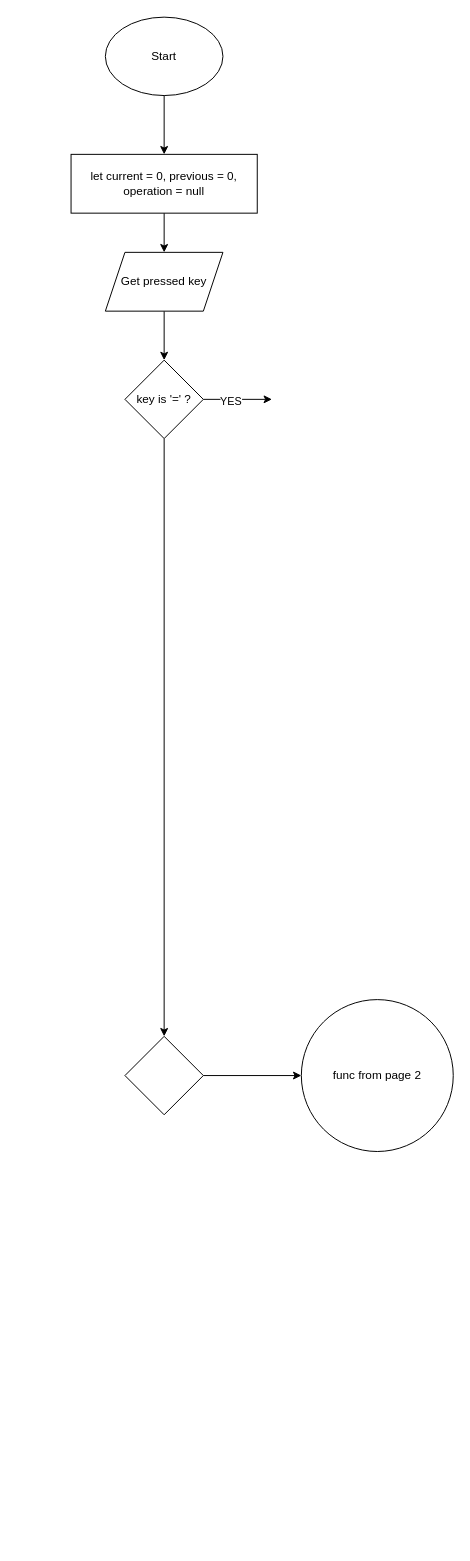
2042074-Brunel-University-London/NC1600_CB keeps this draw.io diagram as page "Calculator" (1 of 9) of Calculator/chart.drawio. Above is the earlier version. Source tidied: cells renumbered, new cells numbered last; positions are measured from the earlier drawing's top-left corner, leaving out a move shared by most shapes. Both pictures are drawn from the tidied source at 98%, with x=0, y=0 at pixel (71, 17).
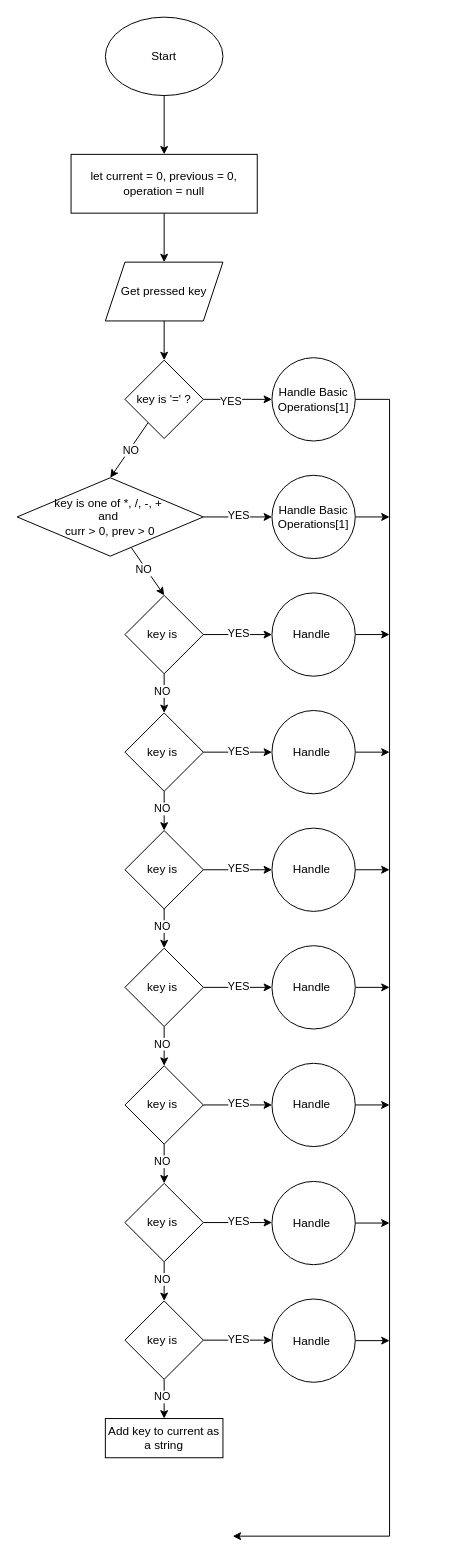
Above is the later version.

The change refers to these unchanged cells:
```xml
<mxCell id="11" value="key is '=' ?" style="rhombus;whiteSpace=wrap;html=1;" parent="1" vertex="1">
  <mxGeometry x="55" y="350" width="80" height="80" as="geometry" />
</mxCell>
```

What changed in the source:
```diff
@@
     <mxCell id="7" value="Get pressed key" style="shape=parallelogram;perimeter=parallelogramPerimeter;whiteSpace=wrap;html=1;fixedSize=1;" parent="1" vertex="1">
-      <mxGeometry x="35" y="240" width="120" height="60" as="geometry" />
+      <mxGeometry x="35" y="250" width="120" height="60" as="geometry" />
     </mxCell>
@@
-    <mxCell id="10" style="edgeStyle=none;rounded=0;jettySize=auto;html=1;" parent="1" edge="1" source="11">
-      <mxGeometry relative="1" as="geometry">
-        <mxPoint x="95" y="1040" as="targetPoint" />
-      </mxGeometry>
-    </mxCell>
+    <mxCell id="15" style="edgeStyle=none;rounded=0;jettySize=auto;html=1;entryX=0.5;entryY=0;entryDx=0;entryDy=0;" parent="1" edge="1" source="11" target="13">
+      <mxGeometry relative="1" as="geometry" />
+    </mxCell>
+    <mxCell id="16" value="NO" style="edgeLabel;html=1;align=center;verticalAlign=middle;" parent="15" vertex="1">
+      <mxGeometry x="-0.05" y="3" relative="1" as="geometry">
+        <mxPoint x="-3" as="offset" />
+      </mxGeometry>
+    </mxCell>
@@
-    <mxCell id="12" style="edgeStyle=none;rounded=0;jettySize=auto;html=1;" parent="1" edge="1" source="13">
-      <mxGeometry relative="1" as="geometry">
-        <mxPoint x="235" y="1080" as="targetPoint" />
-      </mxGeometry>
-    </mxCell>
+    <mxCell id="17" style="edgeStyle=none;rounded=0;jettySize=auto;html=1;" parent="1" edge="1" source="18">
+      <mxGeometry relative="1" as="geometry">
+        <mxPoint x="165" y="1550" as="targetPoint" />
+        <Array as="points">
+          <mxPoint x="325" y="390" />
+          <mxPoint x="325" y="1550" />
+        </Array>
+      </mxGeometry>
+    </mxCell>
+    <mxCell id="18" value="Handle Basic Operations[1]" style="ellipse;whiteSpace=wrap;html=1;" parent="1" vertex="1">
+      <mxGeometry x="205" y="347.5" width="85" height="85" as="geometry" />
+    </mxCell>
+    <mxCell id="19" style="edgeStyle=none;rounded=0;jettySize=auto;html=1;" parent="1" edge="1" source="13">
+      <mxGeometry relative="1" as="geometry">
+        <mxPoint x="205" y="510" as="targetPoint" />
+      </mxGeometry>
+    </mxCell>
+    <mxCell id="20" value="YES" style="edgeLabel;html=1;align=center;verticalAlign=middle;" parent="19" vertex="1">
+      <mxGeometry y="2" relative="1" as="geometry" />
+    </mxCell>
+    <mxCell id="21" style="edgeStyle=none;rounded=0;jettySize=auto;html=1;" parent="1" edge="1" source="13">
+      <mxGeometry relative="1" as="geometry">
+        <mxPoint x="95" y="590" as="targetPoint" />
+      </mxGeometry>
+    </mxCell>
+    <mxCell id="22" value="NO" style="edgeLabel;html=1;align=center;verticalAlign=middle;" parent="21" vertex="1">
+      <mxGeometry x="-0.15" y="-3" relative="1" as="geometry" />
+    </mxCell>
-    <mxCell id="13" style="rhombus;whiteSpace=wrap;html=1;" parent="1" vertex="1">
-      <mxGeometry x="55" y="1040" width="80" height="80" as="geometry" />
+    <mxCell id="13" value="key is one of&amp;nbsp;*, /, -, +&amp;nbsp;&lt;br&gt;and&amp;nbsp;&lt;br&gt;curr &amp;gt; 0, prev &amp;gt; 0" style="rhombus;whiteSpace=wrap;html=1;" parent="1" vertex="1">
+      <mxGeometry x="-55" y="470" width="190" height="80" as="geometry" />
     </mxCell>
-    <mxCell id="14" value="func from page 2" style="ellipse;whiteSpace=wrap;html=1;" parent="1" vertex="1">
-      <mxGeometry x="235" y="1002.5" width="155" height="155" as="geometry" />
-    </mxCell>
+    <mxCell id="23" style="edgeStyle=none;rounded=0;jettySize=auto;html=1;" parent="1" edge="1" source="27">
+      <mxGeometry relative="1" as="geometry">
+        <mxPoint x="205" y="630" as="targetPoint" />
+      </mxGeometry>
+    </mxCell>
+    <mxCell id="24" value="YES" style="edgeLabel;html=1;align=center;verticalAlign=middle;" parent="23" vertex="1">
+      <mxGeometry y="2" relative="1" as="geometry" />
+    </mxCell>
+    <mxCell id="25" style="edgeStyle=none;rounded=0;jettySize=auto;html=1;" parent="1" edge="1" source="27">
+      <mxGeometry relative="1" as="geometry">
+        <mxPoint x="95" y="710" as="targetPoint" />
+      </mxGeometry>
+    </mxCell>
+    <mxCell id="26" value="NO" style="edgeLabel;html=1;align=center;verticalAlign=middle;" parent="25" vertex="1">
+      <mxGeometry x="-0.15" y="-3" relative="1" as="geometry" />
+    </mxCell>
+    <mxCell id="27" value="key is&amp;nbsp;" style="rhombus;whiteSpace=wrap;html=1;" parent="1" vertex="1">
+      <mxGeometry x="55" y="590" width="80" height="80" as="geometry" />
+    </mxCell>
+    <mxCell id="28" style="edgeStyle=none;rounded=0;jettySize=auto;html=1;" parent="1" edge="1" source="32">
+      <mxGeometry relative="1" as="geometry">
+        <mxPoint x="205" y="750" as="targetPoint" />
+      </mxGeometry>
+    </mxCell>
+    <mxCell id="29" value="YES" style="edgeLabel;html=1;align=center;verticalAlign=middle;" parent="28" vertex="1">
+      <mxGeometry y="2" relative="1" as="geometry" />
+    </mxCell>
+    <mxCell id="30" style="edgeStyle=none;rounded=0;jettySize=auto;html=1;" parent="1" edge="1" source="32">
+      <mxGeometry relative="1" as="geometry">
+        <mxPoint x="95" y="830" as="targetPoint" />
+      </mxGeometry>
+    </mxCell>
+    <mxCell id="31" value="NO" style="edgeLabel;html=1;align=center;verticalAlign=middle;" parent="30" vertex="1">
+      <mxGeometry x="-0.15" y="-3" relative="1" as="geometry" />
+    </mxCell>
+    <mxCell id="32" value="key is&amp;nbsp;" style="rhombus;whiteSpace=wrap;html=1;" parent="1" vertex="1">
+      <mxGeometry x="55" y="710" width="80" height="80" as="geometry" />
+    </mxCell>
+    <mxCell id="33" style="edgeStyle=none;rounded=0;jettySize=auto;html=1;" parent="1" edge="1" source="37">
+      <mxGeometry relative="1" as="geometry">
+        <mxPoint x="205" y="870" as="targetPoint" />
+      </mxGeometry>
+    </mxCell>
+    <mxCell id="34" value="YES" style="edgeLabel;html=1;align=center;verticalAlign=middle;" parent="33" vertex="1">
+      <mxGeometry y="2" relative="1" as="geometry" />
+    </mxCell>
+    <mxCell id="35" style="edgeStyle=none;rounded=0;jettySize=auto;html=1;" parent="1" edge="1" source="37">
+      <mxGeometry relative="1" as="geometry">
+        <mxPoint x="95" y="950" as="targetPoint" />
+      </mxGeometry>
+    </mxCell>
+    <mxCell id="36" value="NO" style="edgeLabel;html=1;align=center;verticalAlign=middle;" parent="35" vertex="1">
+      <mxGeometry x="-0.15" y="-3" relative="1" as="geometry" />
+    </mxCell>
+    <mxCell id="37" value="key is&amp;nbsp;" style="rhombus;whiteSpace=wrap;html=1;" parent="1" vertex="1">
+      <mxGeometry x="55" y="830" width="80" height="80" as="geometry" />
+    </mxCell>
+    <mxCell id="38" style="edgeStyle=none;rounded=0;jettySize=auto;html=1;" parent="1" edge="1" source="42">
+      <mxGeometry relative="1" as="geometry">
+        <mxPoint x="205" y="990" as="targetPoint" />
+      </mxGeometry>
+    </mxCell>
+    <mxCell id="39" value="YES" style="edgeLabel;html=1;align=center;verticalAlign=middle;" parent="38" vertex="1">
+      <mxGeometry y="2" relative="1" as="geometry" />
+    </mxCell>
+    <mxCell id="40" style="edgeStyle=none;rounded=0;jettySize=auto;html=1;" parent="1" edge="1" source="42">
+      <mxGeometry relative="1" as="geometry">
+        <mxPoint x="95" y="1070" as="targetPoint" />
+      </mxGeometry>
+    </mxCell>
+    <mxCell id="41" value="NO" style="edgeLabel;html=1;align=center;verticalAlign=middle;" parent="40" vertex="1">
+      <mxGeometry x="-0.15" y="-3" relative="1" as="geometry" />
+    </mxCell>
+    <mxCell id="42" value="key is&amp;nbsp;" style="rhombus;whiteSpace=wrap;html=1;" parent="1" vertex="1">
+      <mxGeometry x="55" y="950" width="80" height="80" as="geometry" />
+    </mxCell>
+    <mxCell id="43" style="edgeStyle=none;rounded=0;jettySize=auto;html=1;" parent="1" edge="1" source="47">
+      <mxGeometry relative="1" as="geometry">
+        <mxPoint x="205" y="1110" as="targetPoint" />
+      </mxGeometry>
+    </mxCell>
+    <mxCell id="44" value="YES" style="edgeLabel;html=1;align=center;verticalAlign=middle;" parent="43" vertex="1">
+      <mxGeometry y="2" relative="1" as="geometry" />
+    </mxCell>
+    <mxCell id="45" style="edgeStyle=none;rounded=0;jettySize=auto;html=1;" parent="1" edge="1" source="47">
+      <mxGeometry relative="1" as="geometry">
+        <mxPoint x="95" y="1190" as="targetPoint" />
+      </mxGeometry>
+    </mxCell>
+    <mxCell id="46" value="NO" style="edgeLabel;html=1;align=center;verticalAlign=middle;" parent="45" vertex="1">
+      <mxGeometry x="-0.15" y="-3" relative="1" as="geometry" />
+    </mxCell>
+    <mxCell id="47" value="key is&amp;nbsp;" style="rhombus;whiteSpace=wrap;html=1;" parent="1" vertex="1">
+      <mxGeometry x="55" y="1070" width="80" height="80" as="geometry" />
+    </mxCell>
+    <mxCell id="48" style="edgeStyle=none;rounded=0;jettySize=auto;html=1;" parent="1" edge="1" source="52">
+      <mxGeometry relative="1" as="geometry">
+        <mxPoint x="205" y="1230" as="targetPoint" />
+      </mxGeometry>
+    </mxCell>
+    <mxCell id="49" value="YES" style="edgeLabel;html=1;align=center;verticalAlign=middle;" parent="48" vertex="1">
+      <mxGeometry y="2" relative="1" as="geometry" />
+    </mxCell>
+    <mxCell id="50" style="edgeStyle=none;rounded=0;jettySize=auto;html=1;" parent="1" edge="1" source="52">
+      <mxGeometry relative="1" as="geometry">
+        <mxPoint x="95" y="1310" as="targetPoint" />
+      </mxGeometry>
+    </mxCell>
+    <mxCell id="51" value="NO" style="edgeLabel;html=1;align=center;verticalAlign=middle;" parent="50" vertex="1">
+      <mxGeometry x="-0.15" y="-3" relative="1" as="geometry" />
+    </mxCell>
+    <mxCell id="52" value="key is&amp;nbsp;" style="rhombus;whiteSpace=wrap;html=1;" parent="1" vertex="1">
+      <mxGeometry x="55" y="1190" width="80" height="80" as="geometry" />
+    </mxCell>
+    <mxCell id="53" style="edgeStyle=none;rounded=0;jettySize=auto;html=1;" parent="1" edge="1" source="57">
+      <mxGeometry relative="1" as="geometry">
+        <mxPoint x="205" y="1350" as="targetPoint" />
+      </mxGeometry>
+    </mxCell>
+    <mxCell id="54" value="YES" style="edgeLabel;html=1;align=center;verticalAlign=middle;" parent="53" vertex="1">
+      <mxGeometry y="2" relative="1" as="geometry" />
+    </mxCell>
+    <mxCell id="55" style="edgeStyle=none;rounded=0;jettySize=auto;html=1;" parent="1" edge="1" source="57">
+      <mxGeometry relative="1" as="geometry">
+        <mxPoint x="95" y="1430" as="targetPoint" />
+      </mxGeometry>
+    </mxCell>
+    <mxCell id="56" value="NO" style="edgeLabel;html=1;align=center;verticalAlign=middle;" parent="55" vertex="1">
+      <mxGeometry x="-0.15" y="-3" relative="1" as="geometry" />
+    </mxCell>
+    <mxCell id="57" value="key is&amp;nbsp;" style="rhombus;whiteSpace=wrap;html=1;" parent="1" vertex="1">
+      <mxGeometry x="55" y="1310" width="80" height="80" as="geometry" />
+    </mxCell>
+    <mxCell id="58" style="edgeStyle=none;rounded=0;jettySize=auto;html=1;" parent="1" edge="1" source="59">
+      <mxGeometry relative="1" as="geometry">
+        <mxPoint x="325" y="1350.5" as="targetPoint" />
+      </mxGeometry>
+    </mxCell>
+    <mxCell id="59" value="Handle&amp;nbsp;" style="ellipse;whiteSpace=wrap;html=1;" parent="1" vertex="1">
+      <mxGeometry x="205" y="1308" width="85" height="85" as="geometry" />
+    </mxCell>
+    <mxCell id="60" value="Add key to current as a string" style="rounded=0;whiteSpace=wrap;html=1;" parent="1" vertex="1">
+      <mxGeometry x="35" y="1430" width="120" height="40" as="geometry" />
+    </mxCell>
+    <mxCell id="61" style="edgeStyle=none;rounded=0;jettySize=auto;html=1;" parent="1" edge="1" source="62">
+      <mxGeometry relative="1" as="geometry">
+        <mxPoint x="325" y="1230.5" as="targetPoint" />
+      </mxGeometry>
+    </mxCell>
+    <mxCell id="62" value="Handle&amp;nbsp;" style="ellipse;whiteSpace=wrap;html=1;" parent="1" vertex="1">
+      <mxGeometry x="205" y="1188" width="85" height="85" as="geometry" />
+    </mxCell>
+    <mxCell id="63" style="edgeStyle=none;rounded=0;jettySize=auto;html=1;" parent="1" edge="1" source="64">
+      <mxGeometry relative="1" as="geometry">
+        <mxPoint x="325" y="1110" as="targetPoint" />
+      </mxGeometry>
+    </mxCell>
+    <mxCell id="64" value="Handle&amp;nbsp;" style="ellipse;whiteSpace=wrap;html=1;" parent="1" vertex="1">
+      <mxGeometry x="205" y="1067.5" width="85" height="85" as="geometry" />
+    </mxCell>
+    <mxCell id="65" style="edgeStyle=none;rounded=0;jettySize=auto;html=1;" parent="1" edge="1" source="66">
+      <mxGeometry relative="1" as="geometry">
+        <mxPoint x="325" y="990" as="targetPoint" />
+      </mxGeometry>
+    </mxCell>
+    <mxCell id="66" value="Handle&amp;nbsp;" style="ellipse;whiteSpace=wrap;html=1;" parent="1" vertex="1">
+      <mxGeometry x="205" y="947.5" width="85" height="85" as="geometry" />
+    </mxCell>
+    <mxCell id="67" style="edgeStyle=none;rounded=0;jettySize=auto;html=1;" parent="1" edge="1" source="68">
+      <mxGeometry relative="1" as="geometry">
+        <mxPoint x="325" y="870" as="targetPoint" />
+      </mxGeometry>
+    </mxCell>
+    <mxCell id="68" value="Handle&amp;nbsp;" style="ellipse;whiteSpace=wrap;html=1;" parent="1" vertex="1">
+      <mxGeometry x="205" y="827.5" width="85" height="85" as="geometry" />
+    </mxCell>
+    <mxCell id="69" style="edgeStyle=none;rounded=0;jettySize=auto;html=1;" parent="1" edge="1" source="70">
+      <mxGeometry relative="1" as="geometry">
+        <mxPoint x="325" y="750" as="targetPoint" />
+      </mxGeometry>
+    </mxCell>
+    <mxCell id="70" value="Handle&amp;nbsp;" style="ellipse;whiteSpace=wrap;html=1;" parent="1" vertex="1">
+      <mxGeometry x="205" y="707.5" width="85" height="85" as="geometry" />
+    </mxCell>
+    <mxCell id="71" style="edgeStyle=none;rounded=0;jettySize=auto;html=1;" parent="1" edge="1" source="72">
+      <mxGeometry relative="1" as="geometry">
+        <mxPoint x="325" y="630" as="targetPoint" />
+      </mxGeometry>
+    </mxCell>
+    <mxCell id="72" value="Handle&amp;nbsp;" style="ellipse;whiteSpace=wrap;html=1;" parent="1" vertex="1">
+      <mxGeometry x="205" y="587.5" width="85" height="85" as="geometry" />
+    </mxCell>
+    <mxCell id="73" style="edgeStyle=none;rounded=0;jettySize=auto;html=1;" parent="1" edge="1" source="74">
+      <mxGeometry relative="1" as="geometry">
+        <mxPoint x="325" y="510" as="targetPoint" />
+      </mxGeometry>
+    </mxCell>
+    <mxCell id="74" value="Handle Basic Operations[1]" style="ellipse;whiteSpace=wrap;html=1;" parent="1" vertex="1">
+      <mxGeometry x="205" y="467.5" width="85" height="85" as="geometry" />
+    </mxCell>
```
